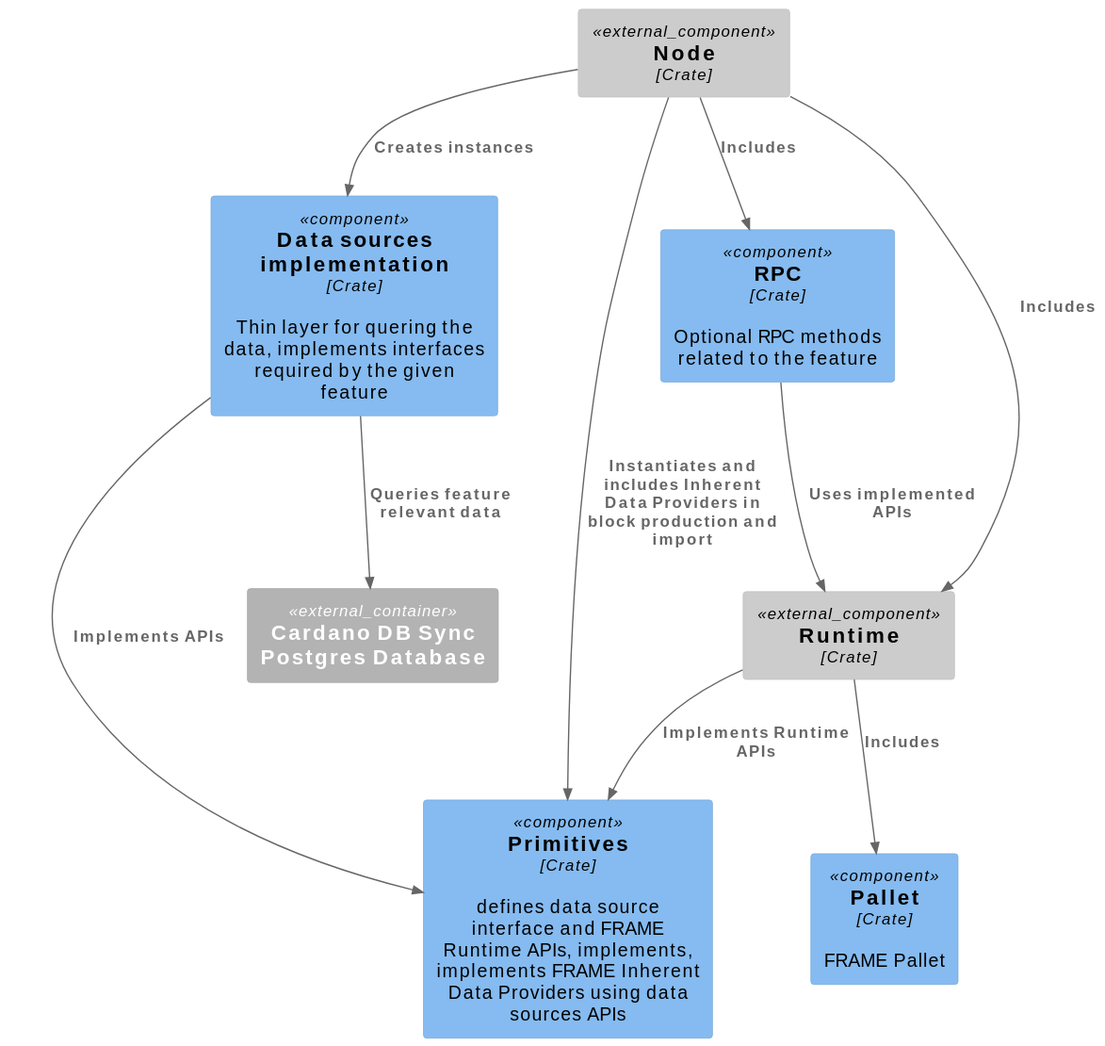
input-output-hk/partner-chains keeps this PlantUML diagram as docs/diagrams/c4/cardano_dependent_feature_component.svg. Above is the earlier version. Its diagram source:
```plantuml
@startuml
!include https://raw.githubusercontent.com/plantuml-stdlib/C4-PlantUML/master/C4_Component.puml

Component(data_sources, "Data sources implementation", "Crate", "Thin layer for quering the data, implements interfaces required by the given feature")
Component(primitives, "Primitives", "Crate", "defines data source interface and FRAME Runtime APIs, implements, implements FRAME Inherent Data Providers using data sources APIs")
Component(pallet, "Pallet", "Crate", "FRAME Pallet")
Component(rpc, "RPC", "Crate", "Optional RPC methods related to the feature")
Component_Ext(node, "Node", "Crate")
Component_Ext(runtime, "Runtime", "Crate")

Container_Ext(postgres, "Cardano DB Sync Postgres Database")


Rel(data_sources, postgres, "Queries feature relevant data")
Rel(data_sources, primitives, "Implements APIs")
Rel(node, data_sources, "Creates instances")
Rel(node, primitives, "Instantiates and includes Inherent Data Providers in block production and import")
Rel(node, runtime, "Includes")
Rel(runtime, primitives, "Implements Runtime APIs")
Rel(runtime, pallet, "Includes")
Rel(node, rpc, "Includes")
Rel(rpc, runtime, "Uses implemented APIs")
@enduml
```
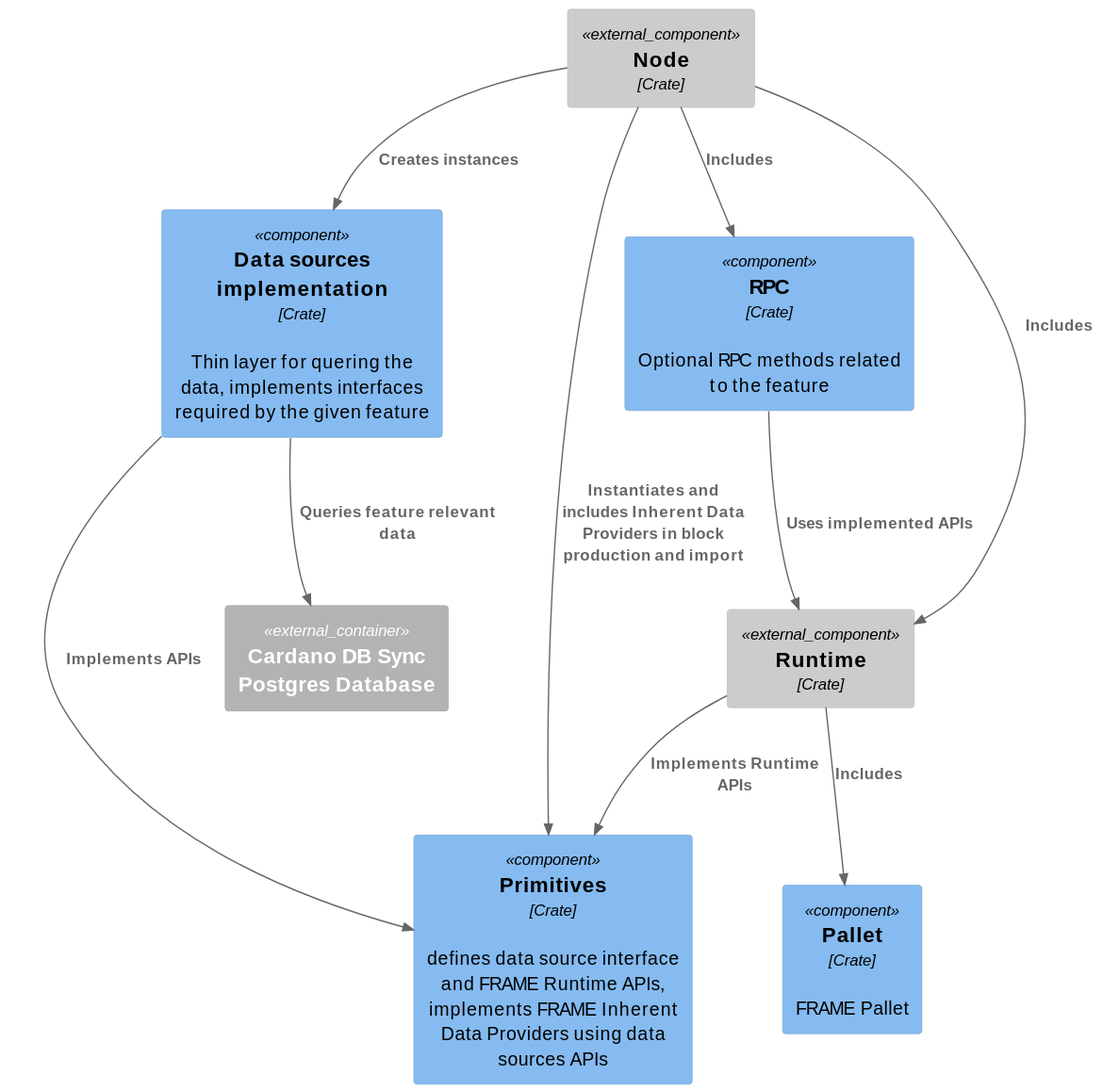
After the commit.

Change to the diagram source:
```diff
@@ -2,7 +2,7 @@
 !include https://raw.githubusercontent.com/plantuml-stdlib/C4-PlantUML/master/C4_Component.puml
 
 Component(data_sources, "Data sources implementation", "Crate", "Thin layer for quering the data, implements interfaces required by the given feature")
-Component(primitives, "Primitives", "Crate", "defines data source interface and FRAME Runtime APIs, implements, implements FRAME Inherent Data Providers using data sources APIs")
+Component(primitives, "Primitives", "Crate", "defines data source interface and FRAME Runtime APIs, implements FRAME Inherent Data Providers using data sources APIs")
 Component(pallet, "Pallet", "Crate", "FRAME Pallet")
 Component(rpc, "RPC", "Crate", "Optional RPC methods related to the feature")
 Component_Ext(node, "Node", "Crate")
```
